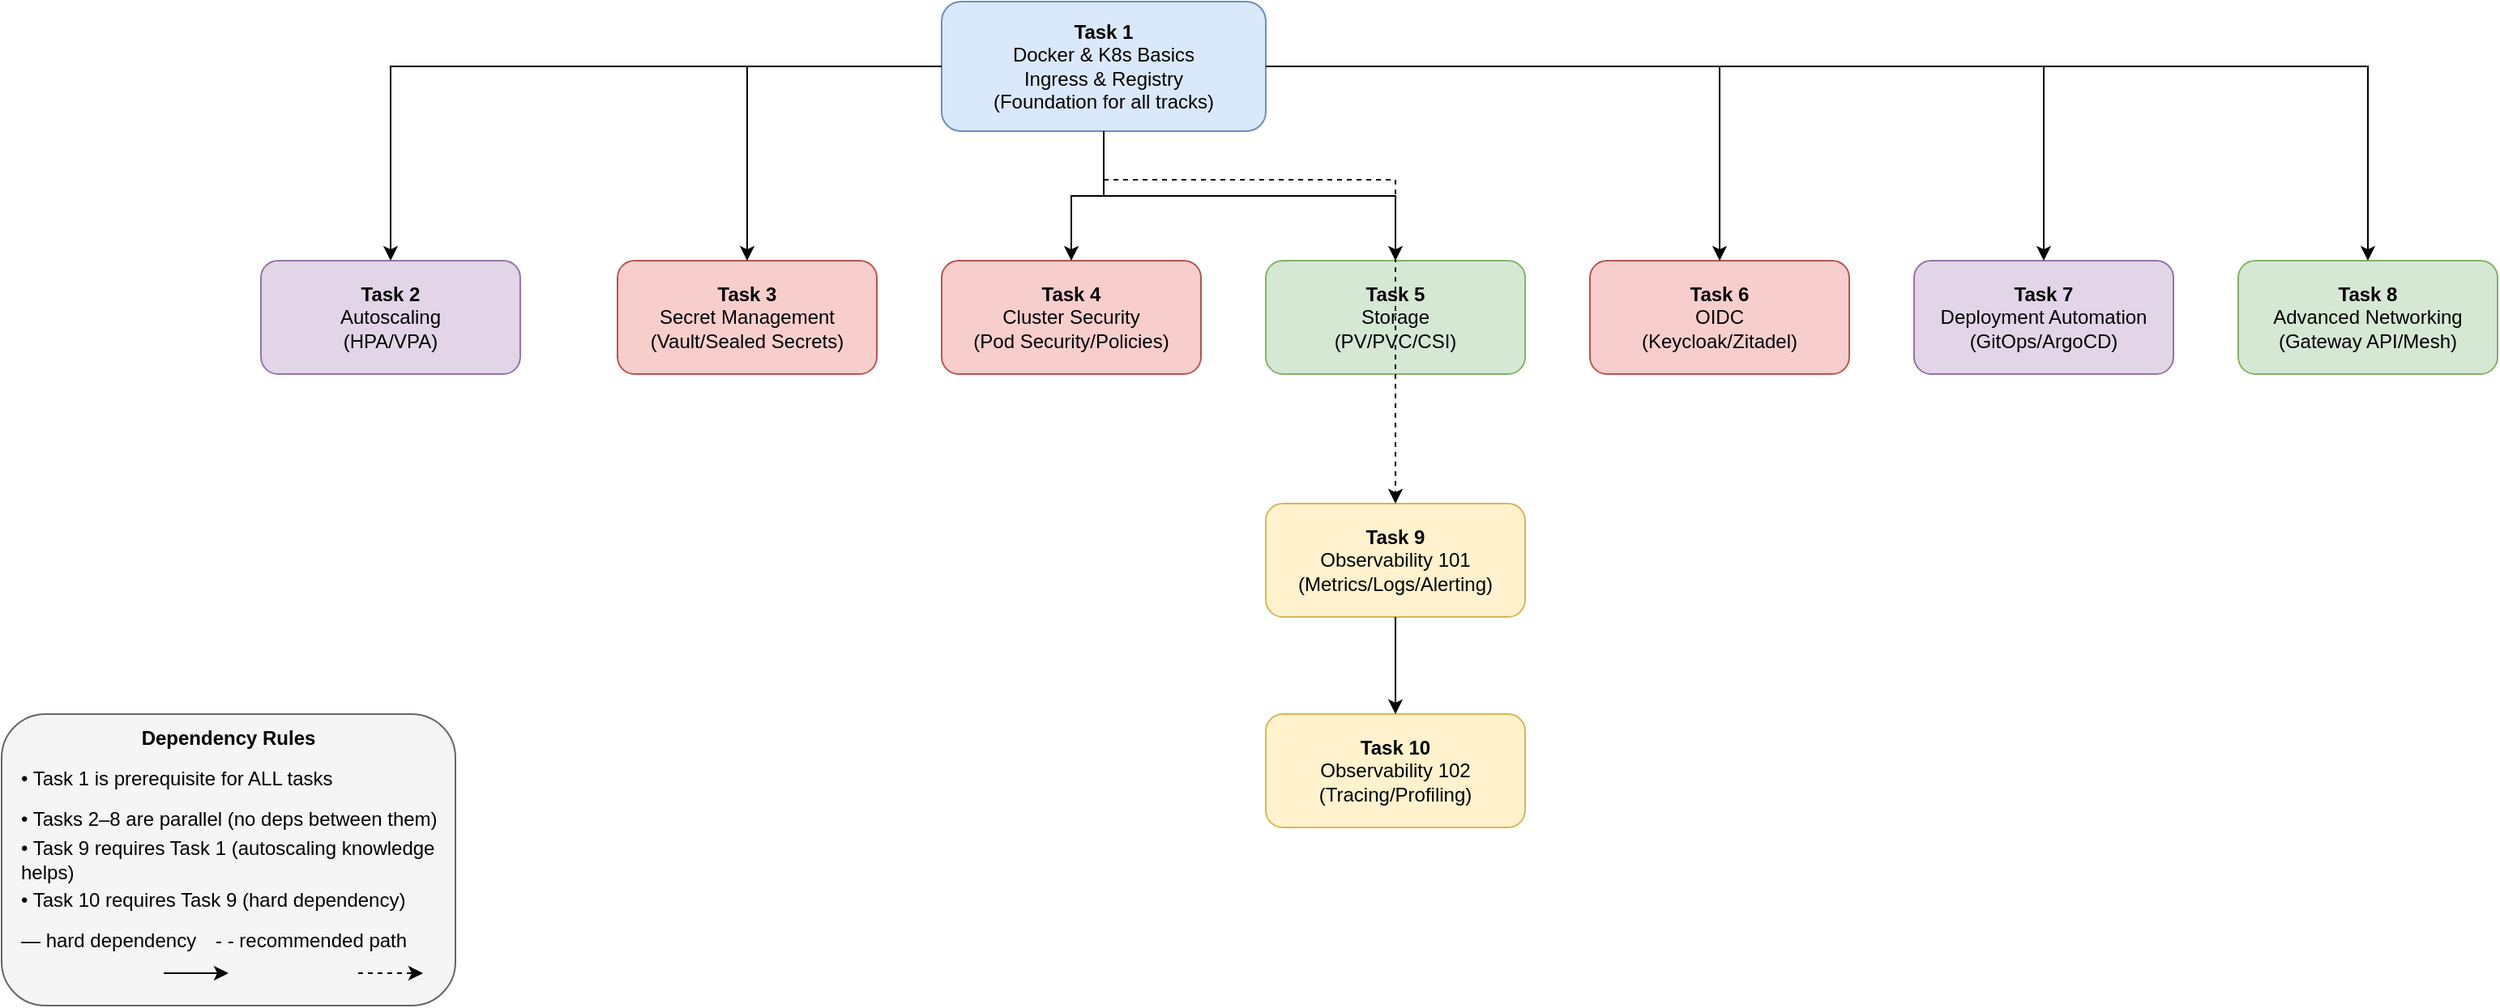
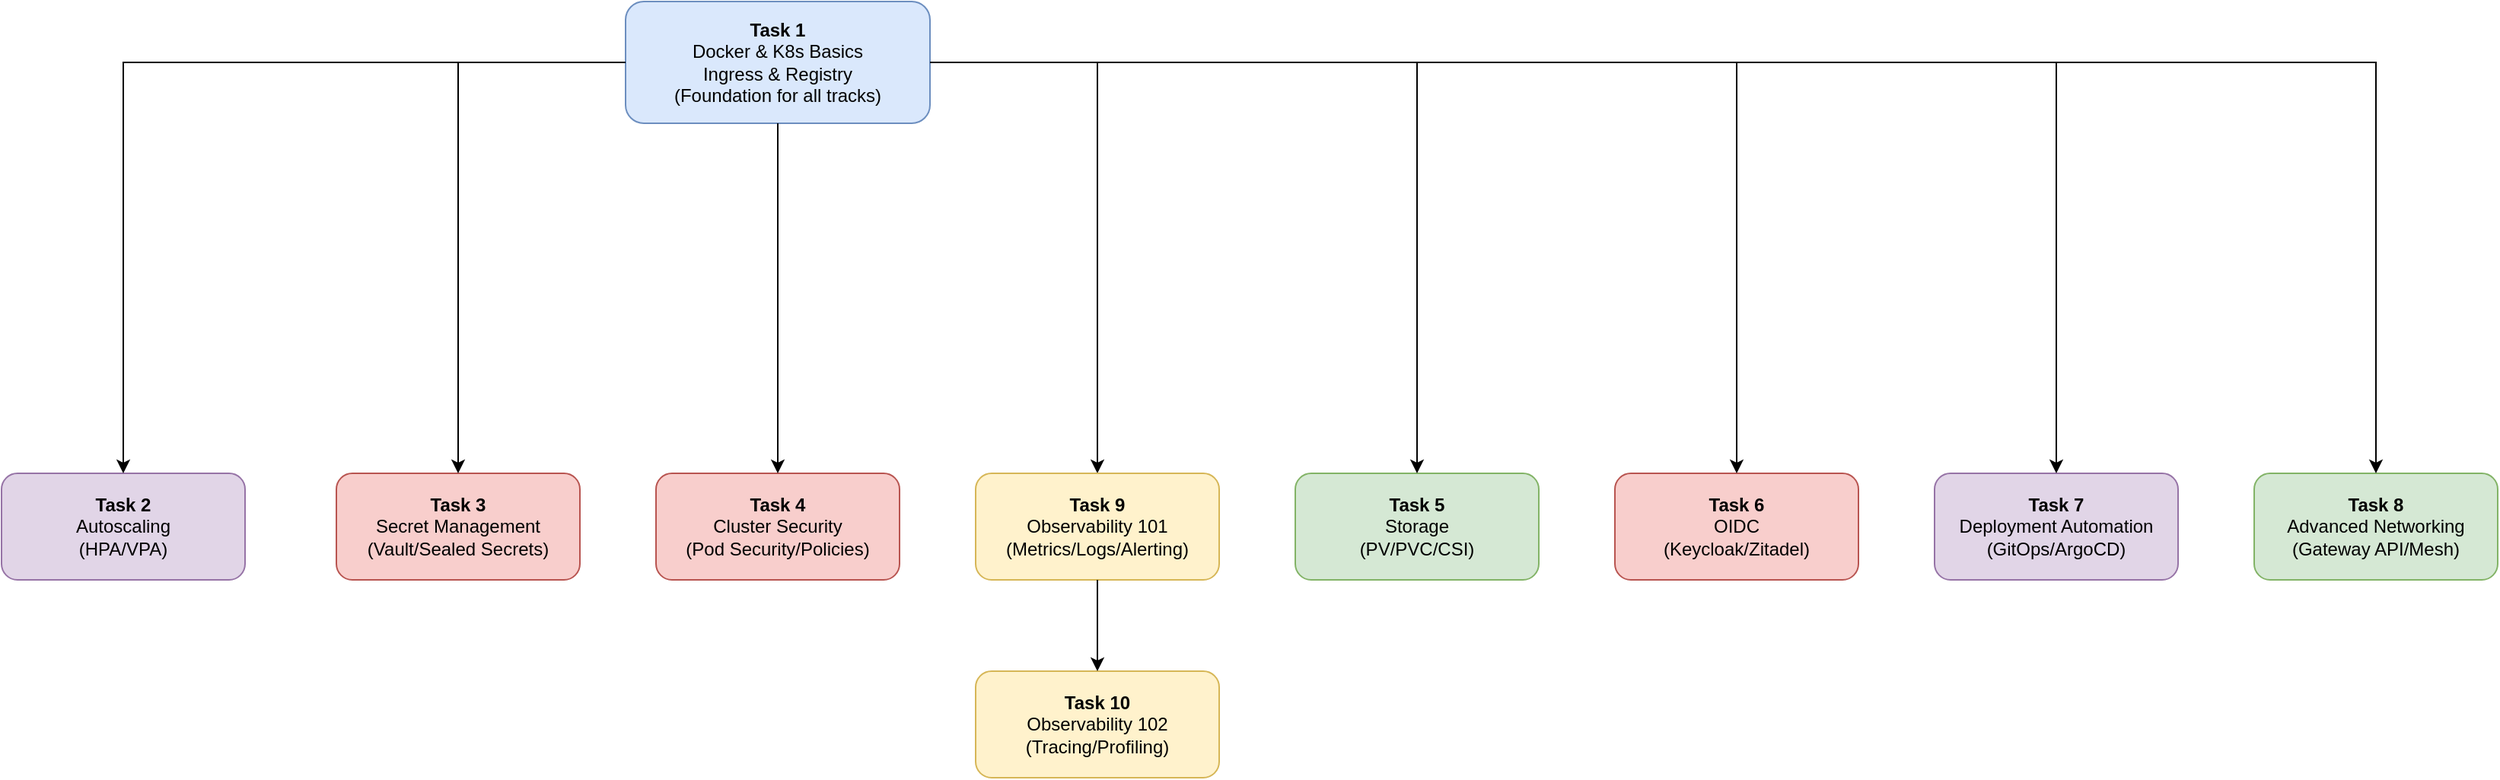
<mxfile host="app.diagrams.net" pages="2">
  <diagram name="Task Dependency Graph" id="0">
-     <mxGraphModel dx="1422" dy="882" grid="1" gridSize="10" guides="1" tooltips="1" connect="1" arrows="1" fold="1" page="1" pageScale="1" pageWidth="1600" pageHeight="1200" math="0" shadow="0">
+     <mxGraphModel dx="1631" dy="2079" grid="1" gridSize="10" guides="1" tooltips="1" connect="1" arrows="1" fold="1" page="1" pageScale="1" pageWidth="1600" pageHeight="1200" math="0" shadow="0">
      <root>
        <mxCell id="0" />
        <mxCell id="1" parent="0" />
-         <!-- Foundation Block -->
-         <mxCell id="foundation" value="&lt;b&gt;Task 1&lt;/b&gt;&lt;br&gt;Docker &amp; K8s Basics&lt;br&gt;Ingress &amp; Registry&lt;br&gt;(Foundation for all tracks)" style="rounded=1;whiteSpace=wrap;html=1;fillColor=#dae8fc;strokeColor=#6c8ebf;" vertex="1" parent="1">
-           <mxGeometry x="620" y="40" width="200" height="80" as="geometry" />
+         <mxCell id="Ff9OFwYElyWHbTrzQh5E-1" edge="1" parent="1" source="foundation" style="edgeStyle=orthogonalEdgeStyle;rounded=0;orthogonalLoop=1;jettySize=auto;html=1;exitX=1;exitY=0.5;exitDx=0;exitDy=0;entryX=0.5;entryY=0;entryDx=0;entryDy=0;" target="task9">
+           <mxGeometry relative="1" as="geometry">
+             <mxPoint x="900" y="350" as="targetPoint" />
+           </mxGeometry>
        </mxCell>
-         <!-- Level 2 -->
-         <mxCell id="task2" value="&lt;b&gt;Task 2&lt;/b&gt;&lt;br&gt;Autoscaling&lt;br&gt;(HPA/VPA)" style="rounded=1;whiteSpace=wrap;html=1;fillColor=#e1d5e7;strokeColor=#9673a6;" vertex="1" parent="1">
-           <mxGeometry x="200" y="200" width="160" height="70" as="geometry" />
+         <mxCell id="foundation" parent="1" style="rounded=1;whiteSpace=wrap;html=1;fillColor=#dae8fc;strokeColor=#6c8ebf;" value="&lt;b&gt;Task 1&lt;/b&gt;&lt;br&gt;Docker &amp; K8s Basics&lt;br&gt;Ingress &amp; Registry&lt;br&gt;(Foundation for all tracks)" vertex="1">
+           <mxGeometry height="80" width="200" x="610" y="-110" as="geometry" />
        </mxCell>
-         <mxCell id="task3" value="&lt;b&gt;Task 3&lt;/b&gt;&lt;br&gt;Secret Management&lt;br&gt;(Vault/Sealed Secrets)" style="rounded=1;whiteSpace=wrap;html=1;fillColor=#f8cecc;strokeColor=#b85450;" vertex="1" parent="1">
-           <mxGeometry x="420" y="200" width="160" height="70" as="geometry" />
+         <mxCell id="task2" parent="1" style="rounded=1;whiteSpace=wrap;html=1;fillColor=#e1d5e7;strokeColor=#9673a6;" value="&lt;b&gt;Task 2&lt;/b&gt;&lt;br&gt;Autoscaling&lt;br&gt;(HPA/VPA)" vertex="1">
+           <mxGeometry height="70" width="160" x="200" y="200" as="geometry" />
        </mxCell>
-         <mxCell id="task4" value="&lt;b&gt;Task 4&lt;/b&gt;&lt;br&gt;Cluster Security&lt;br&gt;(Pod Security/Policies)" style="rounded=1;whiteSpace=wrap;html=1;fillColor=#f8cecc;strokeColor=#b85450;" vertex="1" parent="1">
-           <mxGeometry x="620" y="200" width="160" height="70" as="geometry" />
+         <mxCell id="task3" parent="1" style="rounded=1;whiteSpace=wrap;html=1;fillColor=#f8cecc;strokeColor=#b85450;" value="&lt;b&gt;Task 3&lt;/b&gt;&lt;br&gt;Secret Management&lt;br&gt;(Vault/Sealed Secrets)" vertex="1">
+           <mxGeometry height="70" width="160" x="420" y="200" as="geometry" />
        </mxCell>
-         <mxCell id="task5" value="&lt;b&gt;Task 5&lt;/b&gt;&lt;br&gt;Storage&lt;br&gt;(PV/PVC/CSI)" style="rounded=1;whiteSpace=wrap;html=1;fillColor=#d5e8d4;strokeColor=#82b366;" vertex="1" parent="1">
-           <mxGeometry x="820" y="200" width="160" height="70" as="geometry" />
+         <mxCell id="task4" parent="1" style="rounded=1;whiteSpace=wrap;html=1;fillColor=#f8cecc;strokeColor=#b85450;" value="&lt;b&gt;Task 4&lt;/b&gt;&lt;br&gt;Cluster Security&lt;br&gt;(Pod Security/Policies)" vertex="1">
+           <mxGeometry height="70" width="160" x="630" y="200" as="geometry" />
        </mxCell>
-         <mxCell id="task6" value="&lt;b&gt;Task 6&lt;/b&gt;&lt;br&gt;OIDC&lt;br&gt;(Keycloak/Zitadel)" style="rounded=1;whiteSpace=wrap;html=1;fillColor=#f8cecc;strokeColor=#b85450;" vertex="1" parent="1">
-           <mxGeometry x="1020" y="200" width="160" height="70" as="geometry" />
+         <mxCell id="task5" parent="1" style="rounded=1;whiteSpace=wrap;html=1;fillColor=#d5e8d4;strokeColor=#82b366;" value="&lt;b&gt;Task 5&lt;/b&gt;&lt;br&gt;Storage&lt;br&gt;(PV/PVC/CSI)" vertex="1">
+           <mxGeometry height="70" width="160" x="1050" y="200" as="geometry" />
        </mxCell>
-         <mxCell id="task7" value="&lt;b&gt;Task 7&lt;/b&gt;&lt;br&gt;Deployment Automation&lt;br&gt;(GitOps/ArgoCD)" style="rounded=1;whiteSpace=wrap;html=1;fillColor=#e1d5e7;strokeColor=#9673a6;" vertex="1" parent="1">
-           <mxGeometry x="1220" y="200" width="160" height="70" as="geometry" />
+         <mxCell id="task6" parent="1" style="rounded=1;whiteSpace=wrap;html=1;fillColor=#f8cecc;strokeColor=#b85450;" value="&lt;b&gt;Task 6&lt;/b&gt;&lt;br&gt;OIDC&lt;br&gt;(Keycloak/Zitadel)" vertex="1">
+           <mxGeometry height="70" width="160" x="1260" y="200" as="geometry" />
        </mxCell>
-         <mxCell id="task8" value="&lt;b&gt;Task 8&lt;/b&gt;&lt;br&gt;Advanced Networking&lt;br&gt;(Gateway API/Mesh)" style="rounded=1;whiteSpace=wrap;html=1;fillColor=#d5e8d4;strokeColor=#82b366;" vertex="1" parent="1">
-           <mxGeometry x="1420" y="200" width="160" height="70" as="geometry" />
+         <mxCell id="task7" parent="1" style="rounded=1;whiteSpace=wrap;html=1;fillColor=#e1d5e7;strokeColor=#9673a6;" value="&lt;b&gt;Task 7&lt;/b&gt;&lt;br&gt;Deployment Automation&lt;br&gt;(GitOps/ArgoCD)" vertex="1">
+           <mxGeometry height="70" width="160" x="1470" y="200" as="geometry" />
        </mxCell>
-         <!-- Level 3 -->
-         <mxCell id="task9" value="&lt;b&gt;Task 9&lt;/b&gt;&lt;br&gt;Observability 101&lt;br&gt;(Metrics/Logs/Alerting)" style="rounded=1;whiteSpace=wrap;html=1;fillColor=#fff2cc;strokeColor=#d6b656;" vertex="1" parent="1">
-           <mxGeometry x="820" y="350" width="160" height="70" as="geometry" />
+         <mxCell id="task8" parent="1" style="rounded=1;whiteSpace=wrap;html=1;fillColor=#d5e8d4;strokeColor=#82b366;" value="&lt;b&gt;Task 8&lt;/b&gt;&lt;br&gt;Advanced Networking&lt;br&gt;(Gateway API/Mesh)" vertex="1">
+           <mxGeometry height="70" width="160" x="1680" y="200" as="geometry" />
        </mxCell>
-         <mxCell id="task10" value="&lt;b&gt;Task 10&lt;/b&gt;&lt;br&gt;Observability 102&lt;br&gt;(Tracing/Profiling)" style="rounded=1;whiteSpace=wrap;html=1;fillColor=#fff2cc;strokeColor=#d6b656;" vertex="1" parent="1">
-           <mxGeometry x="820" y="480" width="160" height="70" as="geometry" />
+         <mxCell id="task9" parent="1" style="rounded=1;whiteSpace=wrap;html=1;fillColor=#fff2cc;strokeColor=#d6b656;" value="&lt;b&gt;Task 9&lt;/b&gt;&lt;br&gt;Observability 101&lt;br&gt;(Metrics/Logs/Alerting)" vertex="1">
+           <mxGeometry height="70" width="160" x="840" y="200" as="geometry" />
        </mxCell>
-         <!-- Edges from Foundation to Level 2 -->
-         <mxCell id="e1-2" value="" style="edgeStyle=orthogonalEdgeStyle;rounded=0;orthogonalLoop=1;jettySize=auto;html=1;" edge="1" parent="1" source="foundation" target="task2">
+         <mxCell id="task10" parent="1" style="rounded=1;whiteSpace=wrap;html=1;fillColor=#fff2cc;strokeColor=#d6b656;" value="&lt;b&gt;Task 10&lt;/b&gt;&lt;br&gt;Observability 102&lt;br&gt;(Tracing/Profiling)" vertex="1">
+           <mxGeometry height="70" width="160" x="840" y="330" as="geometry" />
+         </mxCell>
+         <mxCell id="e1-2" edge="1" parent="1" source="foundation" style="edgeStyle=orthogonalEdgeStyle;rounded=0;orthogonalLoop=1;jettySize=auto;html=1;" target="task2" value="">
          <mxGeometry relative="1" as="geometry" />
        </mxCell>
-         <mxCell id="e1-3" value="" style="edgeStyle=orthogonalEdgeStyle;rounded=0;orthogonalLoop=1;jettySize=auto;html=1;" edge="1" parent="1" source="foundation" target="task3">
-           <mxGeometry relative="1" as="geometry" />
-         </mxCell>
-         <mxCell id="e1-4" value="" style="edgeStyle=orthogonalEdgeStyle;rounded=0;orthogonalLoop=1;jettySize=auto;html=1;" edge="1" parent="1" source="foundation" target="task4">
-           <mxGeometry relative="1" as="geometry" />
-         </mxCell>
-         <mxCell id="e1-5" value="" style="edgeStyle=orthogonalEdgeStyle;rounded=0;orthogonalLoop=1;jettySize=auto;html=1;" edge="1" parent="1" source="foundation" target="task5">
-           <mxGeometry relative="1" as="geometry" />
-         </mxCell>
-         <mxCell id="e1-6" value="" style="edgeStyle=orthogonalEdgeStyle;rounded=0;orthogonalLoop=1;jettySize=auto;html=1;" edge="1" parent="1" source="foundation" target="task6">
-           <mxGeometry relative="1" as="geometry" />
-         </mxCell>
-         <mxCell id="e1-7" value="" style="edgeStyle=orthogonalEdgeStyle;rounded=0;orthogonalLoop=1;jettySize=auto;html=1;" edge="1" parent="1" source="foundation" target="task7">
-           <mxGeometry relative="1" as="geometry" />
-         </mxCell>
-         <mxCell id="e1-8" value="" style="edgeStyle=orthogonalEdgeStyle;rounded=0;orthogonalLoop=1;jettySize=auto;html=1;" edge="1" parent="1" source="foundation" target="task8">
-           <mxGeometry relative="1" as="geometry" />
-         </mxCell>
-         <!-- Edge Task 1 -> Task 9 (indirect / SRE track) -->
-         <mxCell id="e1-9" value="" style="edgeStyle=orthogonalEdgeStyle;rounded=0;orthogonalLoop=1;jettySize=auto;html=1;dashed=1;" edge="1" parent="1" source="foundation" target="task9">
+         <mxCell id="e1-3" edge="1" parent="1" source="foundation" style="edgeStyle=orthogonalEdgeStyle;rounded=0;orthogonalLoop=1;jettySize=auto;html=1;exitX=0;exitY=0.5;exitDx=0;exitDy=0;" target="task3" value="">
          <mxGeometry relative="1" as="geometry">
            <Array as="points">
-               <mxPoint x="720" y="150" />
-               <mxPoint x="900" y="150" />
+               <mxPoint x="500" y="-70" />
            </Array>
          </mxGeometry>
        </mxCell>
-         <!-- Edge Task 9 -> Task 10 -->
-         <mxCell id="e9-10" value="" style="edgeStyle=orthogonalEdgeStyle;rounded=0;orthogonalLoop=1;jettySize=auto;html=1;" edge="1" parent="1" source="task9" target="task10">
+         <mxCell id="e1-4" edge="1" parent="1" source="foundation" style="edgeStyle=orthogonalEdgeStyle;rounded=0;orthogonalLoop=1;jettySize=auto;html=1;" target="task4" value="">
          <mxGeometry relative="1" as="geometry" />
        </mxCell>
-         <!-- Legend -->
-         <mxCell id="legendBox" value="" style="rounded=1;whiteSpace=wrap;html=1;fillColor=#f5f5f5;strokeColor=#666666;" vertex="1" parent="1">
-           <mxGeometry x="40" y="480" width="280" height="180" as="geometry" />
+         <mxCell id="e1-5" edge="1" parent="1" source="foundation" style="edgeStyle=orthogonalEdgeStyle;rounded=0;orthogonalLoop=1;jettySize=auto;html=1;" target="task5" value="">
+           <mxGeometry relative="1" as="geometry" />
        </mxCell>
-         <mxCell id="legendTitle" value="&lt;b&gt;Dependency Rules&lt;/b&gt;" style="text;html=1;strokeColor=none;fillColor=none;align=center;verticalAlign=middle;whiteSpace=wrap;rounded=0;" vertex="1" parent="1">
-           <mxGeometry x="40" y="485" width="280" height="20" as="geometry" />
+         <mxCell id="e1-6" edge="1" parent="1" source="foundation" style="edgeStyle=orthogonalEdgeStyle;rounded=0;orthogonalLoop=1;jettySize=auto;html=1;" target="task6" value="">
+           <mxGeometry relative="1" as="geometry" />
        </mxCell>
-         <mxCell id="rule1" value="• Task 1 is prerequisite for ALL tasks" style="text;html=1;strokeColor=none;fillColor=none;align=left;verticalAlign=middle;whiteSpace=wrap;rounded=0;" vertex="1" parent="1">
-           <mxGeometry x="50" y="510" width="260" height="20" as="geometry" />
+         <mxCell id="e1-7" edge="1" parent="1" source="foundation" style="edgeStyle=orthogonalEdgeStyle;rounded=0;orthogonalLoop=1;jettySize=auto;html=1;" target="task7" value="">
+           <mxGeometry relative="1" as="geometry" />
        </mxCell>
-         <mxCell id="rule2" value="• Tasks 2–8 are parallel (no deps between them)" style="text;html=1;strokeColor=none;fillColor=none;align=left;verticalAlign=middle;whiteSpace=wrap;rounded=0;" vertex="1" parent="1">
-           <mxGeometry x="50" y="535" width="260" height="20" as="geometry" />
+         <mxCell id="e1-8" edge="1" parent="1" source="foundation" style="edgeStyle=orthogonalEdgeStyle;rounded=0;orthogonalLoop=1;jettySize=auto;html=1;" target="task8" value="">
+           <mxGeometry relative="1" as="geometry" />
        </mxCell>
-         <mxCell id="rule3" value="• Task 9 requires Task 1 (autoscaling knowledge helps)" style="text;html=1;strokeColor=none;fillColor=none;align=left;verticalAlign=middle;whiteSpace=wrap;rounded=0;" vertex="1" parent="1">
-           <mxGeometry x="50" y="560" width="260" height="20" as="geometry" />
-         </mxCell>
-         <mxCell id="rule4" value="• Task 10 requires Task 9 (hard dependency)" style="text;html=1;strokeColor=none;fillColor=none;align=left;verticalAlign=middle;whiteSpace=wrap;rounded=0;" vertex="1" parent="1">
-           <mxGeometry x="50" y="585" width="260" height="20" as="geometry" />
-         </mxCell>
-         <mxCell id="solidLine" value="— hard dependency" style="text;html=1;strokeColor=none;fillColor=none;align=left;verticalAlign=middle;whiteSpace=wrap;rounded=0;" vertex="1" parent="1">
-           <mxGeometry x="50" y="610" width="120" height="20" as="geometry" />
-         </mxCell>
-         <mxCell id="dashedLine" value="- - recommended path" style="text;html=1;strokeColor=none;fillColor=none;align=left;verticalAlign=middle;whiteSpace=wrap;rounded=0;" vertex="1" parent="1">
-           <mxGeometry x="170" y="610" width="130" height="20" as="geometry" />
-         </mxCell>
-         <mxCell id="solidArrow" value="" style="endArrow=classic;html=1;rounded=0;" edge="1" parent="1">
-           <mxGeometry width="50" height="50" relative="1" as="geometry">
-             <mxPoint x="140" y="640" as="sourcePoint" />
-             <mxPoint x="180" y="640" as="targetPoint" />
-           </mxGeometry>
-         </mxCell>
-         <mxCell id="dashedArrow" value="" style="endArrow=classic;html=1;rounded=0;dashed=1;" edge="1" parent="1">
-           <mxGeometry width="50" height="50" relative="1" as="geometry">
-             <mxPoint x="260" y="640" as="sourcePoint" />
-             <mxPoint x="300" y="640" as="targetPoint" />
-           </mxGeometry>
+         <mxCell id="e9-10" edge="1" parent="1" source="task9" style="edgeStyle=orthogonalEdgeStyle;rounded=0;orthogonalLoop=1;jettySize=auto;html=1;" target="task10" value="">
+           <mxGeometry relative="1" as="geometry" />
        </mxCell>
      </root>
    </mxGraphModel>
  </diagram>
  <diagram name="Learning Tracks" id="1">
    <mxGraphModel dx="1386" dy="747" grid="1" gridSize="10" guides="1" tooltips="1" connect="1" arrows="1" fold="1" page="1" pageScale="1" pageWidth="1600" pageHeight="1200" math="0" shadow="0">
      <root>
        <mxCell id="0" />
        <mxCell id="1" parent="0" />
        <mxCell id="ttS8gux7BZT8HoV66xGM-1" edge="1" parent="1" source="foundation2" style="edgeStyle=orthogonalEdgeStyle;rounded=0;orthogonalLoop=1;jettySize=auto;html=1;entryX=0.5;entryY=0;entryDx=0;entryDy=0;" target="devopsBox">
          <mxGeometry relative="1" as="geometry" />
        </mxCell>
        <mxCell id="ttS8gux7BZT8HoV66xGM-2" edge="1" parent="1" source="foundation2" style="edgeStyle=orthogonalEdgeStyle;rounded=0;orthogonalLoop=1;jettySize=auto;html=1;exitX=0.25;exitY=1;exitDx=0;exitDy=0;entryX=0.5;entryY=0;entryDx=0;entryDy=0;" target="secBox">
          <mxGeometry relative="1" as="geometry" />
        </mxCell>
        <mxCell id="ttS8gux7BZT8HoV66xGM-3" edge="1" parent="1" source="foundation2" style="edgeStyle=orthogonalEdgeStyle;rounded=0;orthogonalLoop=1;jettySize=auto;html=1;exitX=0.75;exitY=1;exitDx=0;exitDy=0;" target="platBox">
          <mxGeometry relative="1" as="geometry" />
        </mxCell>
        <mxCell id="ttS8gux7BZT8HoV66xGM-4" edge="1" parent="1" source="foundation2" style="edgeStyle=orthogonalEdgeStyle;rounded=0;orthogonalLoop=1;jettySize=auto;html=1;exitX=1;exitY=0.5;exitDx=0;exitDy=0;" target="sreBox">
          <mxGeometry relative="1" as="geometry" />
        </mxCell>
        <mxCell id="foundation2" parent="1" style="rounded=1;whiteSpace=wrap;html=1;fillColor=#dae8fc;strokeColor=#6c8ebf;" value="&lt;b&gt;Task 1&lt;/b&gt;&lt;br&gt;Docker &amp; K8s Basics&lt;br&gt;Ingress, Registry, Microservices&lt;br&gt;(Foundation for all tracks)" vertex="1">
          <mxGeometry height="80" width="240" x="580" y="10" as="geometry" />
        </mxCell>
        <mxCell id="devopsBox" parent="1" style="swimlane;fillColor=#e1d5e7;strokeColor=#9673a6;startSize=30;" value="General DevOps" vertex="1">
          <mxGeometry height="420" width="300" x="40" y="180" as="geometry" />
        </mxCell>
        <mxCell id="devopsT2" parent="devopsBox" style="rounded=1;whiteSpace=wrap;html=1;fillColor=#f5f5f5;strokeColor=#666666;" value="&lt;b&gt;Task 2&lt;/b&gt;&lt;br&gt;Autoscaling (HPA/VPA)&lt;br&gt;→ Capacity planning, cost awareness" vertex="1">
          <mxGeometry height="50" width="260" x="20" y="50" as="geometry" />
        </mxCell>
        <mxCell id="devopsT7" parent="devopsBox" style="rounded=1;whiteSpace=wrap;html=1;fillColor=#f5f5f5;strokeColor=#666666;" value="&lt;b&gt;Task 7&lt;/b&gt;&lt;br&gt;Deployment Automation&lt;br&gt;→ GitOps, ArgoCD, CI validation" vertex="1">
          <mxGeometry height="50" width="260" x="20" y="120" as="geometry" />
        </mxCell>
        <mxCell id="d-t2-t7" edge="1" parent="devopsBox" source="devopsT2" style="edgeStyle=orthogonalEdgeStyle;rounded=0;orthogonalLoop=1;jettySize=auto;html=1;" target="devopsT7" value="">
          <mxGeometry relative="1" as="geometry" />
        </mxCell>
        <mxCell id="secBox" parent="1" style="swimlane;fillColor=#f8cecc;strokeColor=#b85450;startSize=30;" value="Security Engineering" vertex="1">
          <mxGeometry height="420" width="300" x="380" y="180" as="geometry" />
        </mxCell>
        <mxCell id="secT3" parent="secBox" style="rounded=1;whiteSpace=wrap;html=1;fillColor=#f5f5f5;strokeColor=#666666;" value="&lt;b&gt;Task 3&lt;/b&gt;&lt;br&gt;Secret Management&lt;br&gt;→ Vault, OpenBao, Sealed Secrets" vertex="1">
          <mxGeometry height="50" width="260" x="20" y="50" as="geometry" />
        </mxCell>
        <mxCell id="secT4" parent="secBox" style="rounded=1;whiteSpace=wrap;html=1;fillColor=#f5f5f5;strokeColor=#666666;" value="&lt;b&gt;Task 4&lt;/b&gt;&lt;br&gt;Cluster Security&lt;br&gt;→ Pod Security, Policy-as-Code" vertex="1">
          <mxGeometry height="50" width="260" x="20" y="120" as="geometry" />
        </mxCell>
        <mxCell id="secT6" parent="secBox" style="rounded=1;whiteSpace=wrap;html=1;fillColor=#f5f5f5;strokeColor=#666666;" value="&lt;b&gt;Task 6&lt;/b&gt;&lt;br&gt;OIDC Integration&lt;br&gt;→ Keycloak, Zitadel, AuthN/AuthZ" vertex="1">
          <mxGeometry height="50" width="260" x="20" y="190" as="geometry" />
        </mxCell>
        <mxCell id="s-t3-t4" edge="1" parent="secBox" source="secT3" style="edgeStyle=orthogonalEdgeStyle;rounded=0;orthogonalLoop=1;jettySize=auto;html=1;" target="secT4" value="">
          <mxGeometry relative="1" as="geometry" />
        </mxCell>
        <mxCell id="s-t4-t6" edge="1" parent="secBox" source="secT4" style="edgeStyle=orthogonalEdgeStyle;rounded=0;orthogonalLoop=1;jettySize=auto;html=1;" target="secT6" value="">
          <mxGeometry relative="1" as="geometry" />
        </mxCell>
        <mxCell id="platBox" parent="1" style="swimlane;fillColor=#d5e8d4;strokeColor=#82b366;startSize=30;" value="Platform Engineering" vertex="1">
          <mxGeometry height="420" width="300" x="720" y="180" as="geometry" />
        </mxCell>
        <mxCell id="platT5" parent="platBox" style="rounded=1;whiteSpace=wrap;html=1;fillColor=#f5f5f5;strokeColor=#666666;" value="&lt;b&gt;Task 5&lt;/b&gt;&lt;br&gt;Storage&lt;br&gt;→ PV/PVC, CSI, OpenEBS/Longhorn/Ceph" vertex="1">
          <mxGeometry height="50" width="260" x="20" y="50" as="geometry" />
        </mxCell>
        <mxCell id="platT8" parent="platBox" style="rounded=1;whiteSpace=wrap;html=1;fillColor=#f5f5f5;strokeColor=#666666;" value="&lt;b&gt;Task 8&lt;/b&gt;&lt;br&gt;Advanced Networking&lt;br&gt;→ Gateway API, Service Mesh, LB" vertex="1">
          <mxGeometry height="50" width="260" x="20" y="120" as="geometry" />
        </mxCell>
        <mxCell id="p-t5-t8" edge="1" parent="platBox" source="platT5" style="edgeStyle=orthogonalEdgeStyle;rounded=0;orthogonalLoop=1;jettySize=auto;html=1;" target="platT8" value="">
          <mxGeometry relative="1" as="geometry" />
        </mxCell>
        <mxCell id="sreBox" parent="1" style="swimlane;fillColor=#fff2cc;strokeColor=#d6b656;startSize=30;" value="SRE / Observability" vertex="1">
          <mxGeometry height="420" width="300" x="1061" y="180" as="geometry" />
        </mxCell>
        <mxCell id="sreT2" parent="sreBox" style="rounded=1;whiteSpace=wrap;html=1;fillColor=#f5f5f5;strokeColor=#666666;" value="&lt;b&gt;Task 2&lt;/b&gt;&lt;br&gt;Autoscaling&lt;br&gt;→ Foundation for capacity-aware monitoring" vertex="1">
          <mxGeometry height="50" width="260" x="20" y="50" as="geometry" />
        </mxCell>
        <mxCell id="sreT9" parent="sreBox" style="rounded=1;whiteSpace=wrap;html=1;fillColor=#f5f5f5;strokeColor=#666666;" value="&lt;b&gt;Task 9&lt;/b&gt;&lt;br&gt;Observability 101&lt;br&gt;→ Metrics, Logs, Alerting" vertex="1">
          <mxGeometry height="50" width="260" x="20" y="120" as="geometry" />
        </mxCell>
        <mxCell id="sreT10" parent="sreBox" style="rounded=1;whiteSpace=wrap;html=1;fillColor=#f5f5f5;strokeColor=#666666;" value="&lt;b&gt;Task 10&lt;/b&gt;&lt;br&gt;Observability 102&lt;br&gt;→ Distributed Tracing, Profiling" vertex="1">
          <mxGeometry height="50" width="260" x="20" y="190" as="geometry" />
        </mxCell>
        <mxCell id="sr-t2-t9" edge="1" parent="sreBox" source="sreT2" style="edgeStyle=orthogonalEdgeStyle;rounded=0;orthogonalLoop=1;jettySize=auto;html=1;" target="sreT9" value="">
          <mxGeometry relative="1" as="geometry" />
        </mxCell>
        <mxCell id="sr-t9-t10" edge="1" parent="sreBox" source="sreT9" style="edgeStyle=orthogonalEdgeStyle;rounded=0;orthogonalLoop=1;jettySize=auto;html=1;" target="sreT10" value="">
          <mxGeometry relative="1" as="geometry" />
        </mxCell>
      </root>
    </mxGraphModel>
  </diagram>
</mxfile>
